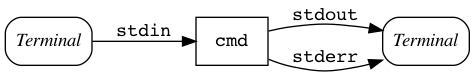
abochannek/abochannek.github.io keeps this Graphviz diagram as images/fdcopy.dot.png. Above is the earlier version. Its source is kept beside it as images/fdcopy.dot.
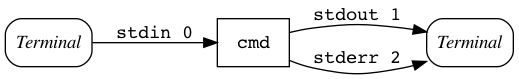
After the commit.

Change to the diagram source:
```diff
@@ -1,3 +1,15 @@
+digraph default {
+	graph [rankdir = LR]
+	TTYI [label=<Terminal>, fontname="italic", shape=box, style=rounded]
+	TTYO [label=<Terminal>, fontname="italic", shape=box, style=rounded]
+	CMD [label=<cmd>, fontname="courier", shape=box]
+	TTYI -> CMD [label=<stdin 0>, fontname="courier"]
+	CMD -> TTYO [label=<stdout 1>, fontname="courier"]
+	CMD -> TTYO [style=invis]
+	CMD -> TTYO [label=<stderr 2>, fontname="courier"]
+}
+
+
 digraph setup {
 	graph [rankdir = LR]
 	TTYI [label=<Terminal>, fontname="italic", shape=box, style=rounded]
@@ -39,7 +51,8 @@
 }
 
 digraph stderr_wrong2 {
-	graph [rankdir = LR]
+	graph [rankdir = LR,
+	       label="cmd 2>&1", labelloc="t", fontname="courier"]
 	compound=true
 	TTYI [label=<Terminal>, fontname="italic", shape=box, style=rounded]
 	subgraph cluster_0
@@ -59,7 +72,8 @@
 }
 
 digraph stderr_wrong3 {
-	graph [rankdir = LR]
+	graph [rankdir = LR,
+	       label="cmd 2>&1 >file", labelloc="t", fontname="courier"]
 	TTYI [label=<Terminal>, fontname="italic", shape=box, style=rounded]
 	FILE [label=<file>, fontname="courier", shape=cylinder]
 	subgraph cluster_0
@@ -98,7 +112,8 @@
 }
 
 digraph stderr_right2 {
-	graph [rankdir = LR]
+	graph [rankdir = LR,
+	       label="cmd >file", labelloc="t", fontname="courier"]
 	TTYI [label=<Terminal>, fontname="italic", shape=box, style=rounded]
 	FILE [label=<file>, fontname="courier", shape=cylinder]
 	subgraph cluster_0
@@ -118,7 +133,8 @@
 }
 
 digraph stderr_right3 {
-	graph [rankdir = LR]
+	graph [rankdir = LR,
+	       label="cmd >file 2>&1", labelloc="t", fontname="courier"]
 	TTYI [label=<Terminal>, fontname="italic", shape=box, style=rounded]
 	FILE [label=<file>, fontname="courier", shape=cylinder]
 	subgraph cluster_0
```
